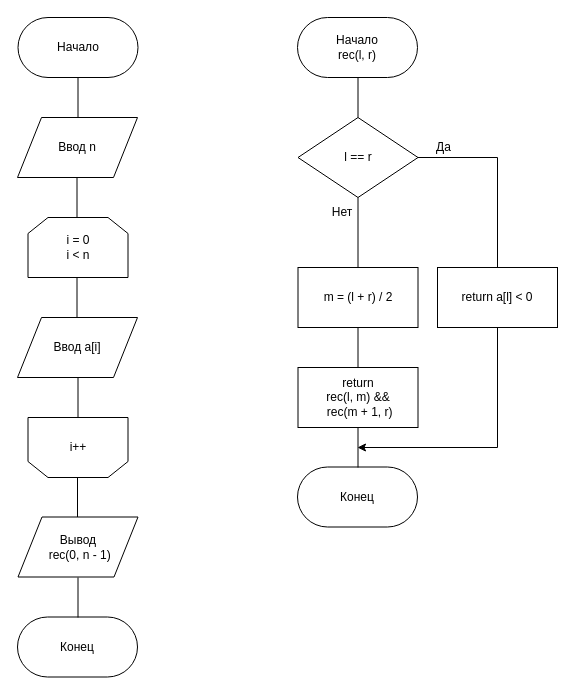
This is fifth/main2.drawio from fedjaz/Labs, a draw.io file, before an edit. Source tidied: cells renumbered, new cells numbered last; positions are measured from the earlier drawing's top-left corner, leaving out a move shared by most shapes. Both pictures are drawn from the tidied source at 100%, with x=0, y=0 at pixel (17, 17).
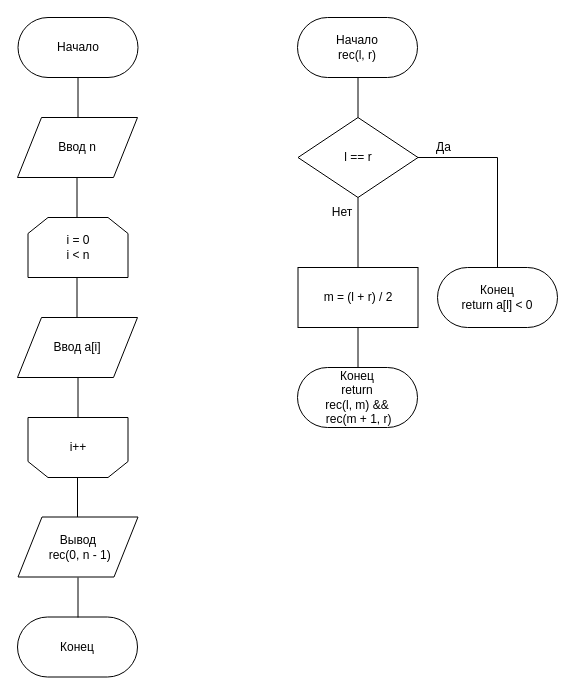
After the change.

Diff of the diagram source:
```diff
@@
-    <mxCell id="12" value="Конец" style="rounded=1;whiteSpace=wrap;html=1;arcSize=50;" parent="1" vertex="1">
-      <mxGeometry x="280" y="449.5" width="120" height="60" as="geometry" />
+    <mxCell id="12" value="Конец&lt;br&gt;return&lt;br&gt;rec(l, m) &amp;amp;&amp;amp;&lt;br&gt;&amp;nbsp;rec(m + 1, r)" style="rounded=1;whiteSpace=wrap;html=1;arcSize=50;" parent="1" vertex="1">
+      <mxGeometry x="280" y="350" width="120" height="60" as="geometry" />
     </mxCell>
@@
-    <mxCell id="20" style="endArrow=none;html=1;" parent="1" edge="1">
-      <mxGeometry relative="1" as="geometry">
-        <mxPoint x="480" y="430" as="sourcePoint" />
-        <mxPoint x="480" y="310" as="targetPoint" />
-      </mxGeometry>
-    </mxCell>
-    <mxCell id="21" value="return&amp;nbsp;a[l] &amp;lt; 0" style="rounded=0;whiteSpace=wrap;html=1;" parent="1" vertex="1">
-      <mxGeometry x="420" y="250" width="120" height="60" as="geometry" />
-    </mxCell>
@@
-    <mxCell id="24" value="return&lt;br&gt;rec(l, m) &amp;amp;&amp;amp;&lt;br&gt;&amp;nbsp;rec(m + 1, r)" style="rounded=0;whiteSpace=wrap;html=1;" parent="1" vertex="1">
-      <mxGeometry x="280.5" y="350" width="120" height="60" as="geometry" />
-    </mxCell>
-    <mxCell id="25" style="endArrow=none;html=1;entryX=0.5;entryY=1;entryDx=0;entryDy=0;exitX=0.5;exitY=0;exitDx=0;exitDy=0;" parent="1" edge="1">
-      <mxGeometry relative="1" as="geometry">
-        <mxPoint x="340.5" y="450" as="sourcePoint" />
-        <mxPoint x="340.5" y="410" as="targetPoint" />
-      </mxGeometry>
-    </mxCell>
-    <mxCell id="26" style="endArrow=classic;html=1;" parent="1" edge="1">
-      <mxGeometry relative="1" as="geometry">
-        <mxPoint x="480" y="430" as="sourcePoint" />
-        <mxPoint x="340" y="430" as="targetPoint" />
-      </mxGeometry>
-    </mxCell>
@@
+    <mxCell id="31" value="Конец&lt;br&gt;return&amp;nbsp;a[l] &amp;lt; 0" style="rounded=1;whiteSpace=wrap;html=1;arcSize=50;" parent="1" vertex="1">
+      <mxGeometry x="420" y="250" width="120" height="60" as="geometry" />
+    </mxCell>
```
